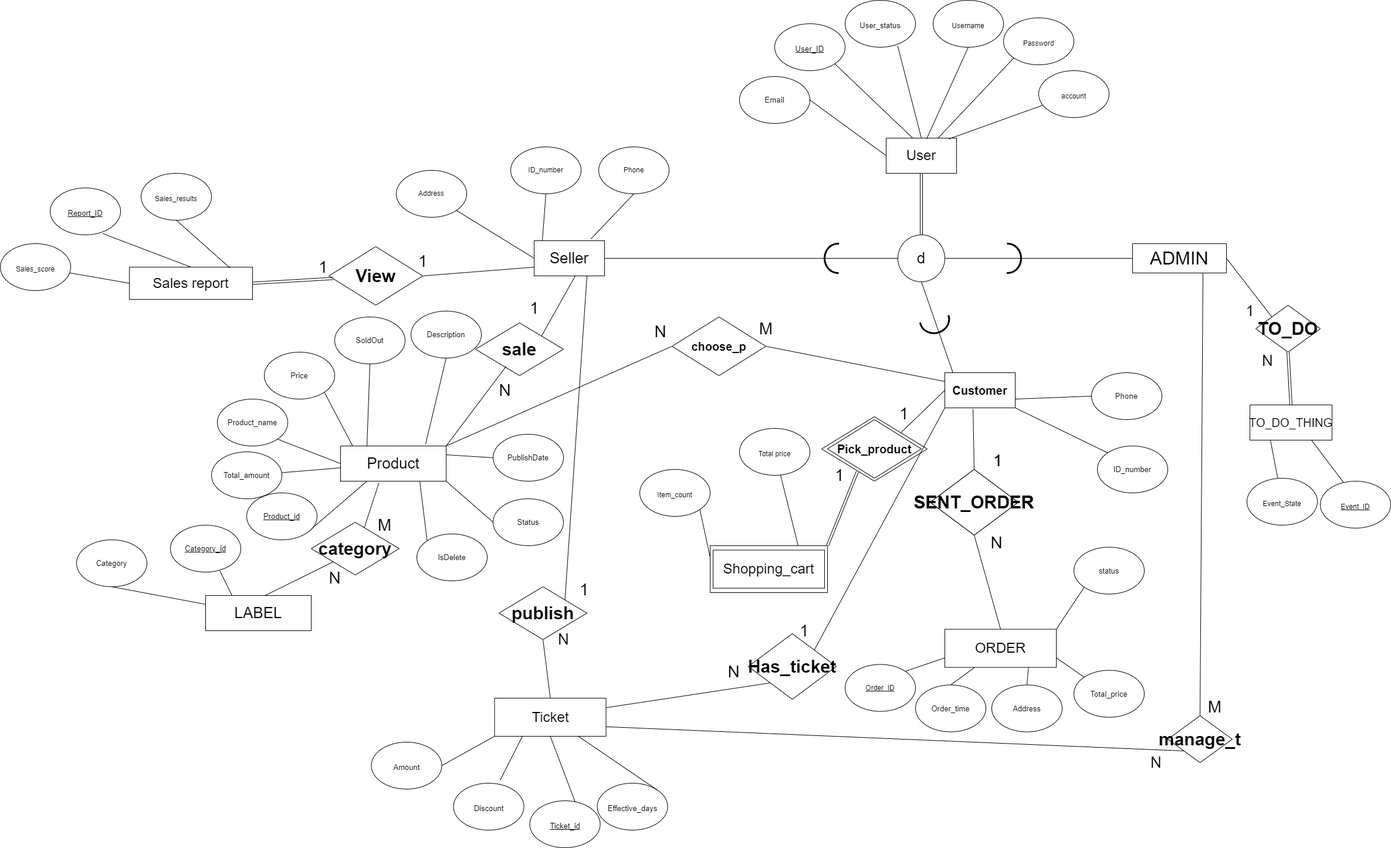
The draw.io diagram Report/ER_new.png in S1nceU/111-1-Database-System, before a commit. Source tidied: cells renumbered, new cells last; positions are measured from the earlier drawing's top-left corner, leaving out a move shared by most shapes.
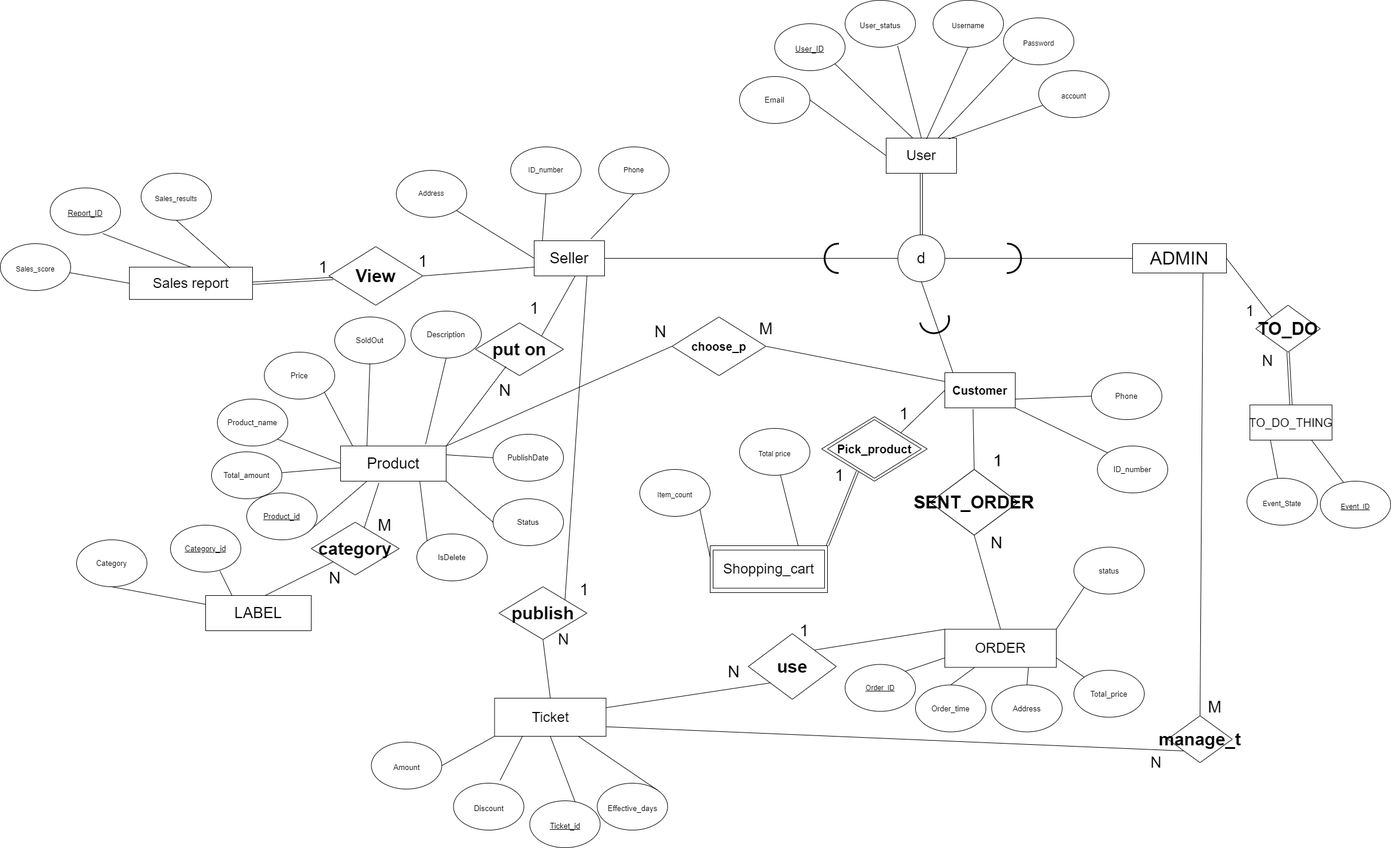
Above is the later version.

Diff of the diagram source:
```diff
@@ -284,7 +284,7 @@
     <mxCell id="93" value="&lt;font style=&quot;font-size: 28px;&quot;&gt;1&lt;/font&gt;" style="text;html=1;align=center;verticalAlign=middle;strokeColor=none;fillColor=none;" parent="1" vertex="1">
       <mxGeometry x="1410" y="785" width="40" height="50" as="geometry" />
     </mxCell>
-    <mxCell id="94" value="&lt;font style=&quot;font-size: 30px;&quot;&gt;&lt;b&gt;sale&lt;/b&gt;&lt;/font&gt;" style="rhombus;whiteSpace=wrap;html=1;" parent="1" vertex="1">
+    <mxCell id="94" value="&lt;font style=&quot;font-size: 30px;&quot;&gt;&lt;b&gt;put on&lt;/b&gt;&lt;/font&gt;" style="rhombus;whiteSpace=wrap;html=1;" parent="1" vertex="1">
       <mxGeometry x="810" y="550" width="150" height="90" as="geometry" />
     </mxCell>
     <mxCell id="95" style="endArrow=none;html=1;rounded=0;fontSize=12;exitX=1;exitY=0;exitDx=0;exitDy=0;entryX=0.347;entryY=0.826;entryDx=0;entryDy=0;entryPerimeter=0;" parent="1" edge="1" source="62" target="94">
@@ -319,10 +319,10 @@
     <mxCell id="104" style="endArrow=none;html=1;rounded=0;fontSize=20;exitX=1;exitY=0.25;exitDx=0;exitDy=0;entryX=0;entryY=1;entryDx=0;entryDy=0;" parent="1" edge="1" source="80" target="105">
       <mxGeometry relative="1" as="geometry" />
     </mxCell>
-    <mxCell id="105" value="&lt;b&gt;&lt;font style=&quot;font-size: 30px;&quot;&gt;Has_ticket&lt;/font&gt;&lt;/b&gt;" style="rhombus;whiteSpace=wrap;html=1;fontSize=20;" parent="1" vertex="1">
+    <mxCell id="105" value="&lt;b&gt;&lt;font style=&quot;font-size: 30px;&quot;&gt;use&lt;/font&gt;&lt;/b&gt;" style="rhombus;whiteSpace=wrap;html=1;fontSize=20;" parent="1" vertex="1">
       <mxGeometry x="1275" y="1080" width="150" height="112" as="geometry" />
     </mxCell>
-    <mxCell id="106" style="endArrow=none;html=1;rounded=0;fontSize=20;exitX=1;exitY=0;exitDx=0;exitDy=0;entryX=0;entryY=1;entryDx=0;entryDy=0;" parent="1" edge="1" source="105" target="11">
+    <mxCell id="106" style="endArrow=none;html=1;rounded=0;fontSize=20;exitX=1;exitY=0;exitDx=0;exitDy=0;entryX=0;entryY=0;entryDx=0;entryDy=0;" parent="1" edge="1" source="105" target="135">
       <mxGeometry relative="1" as="geometry" />
     </mxCell>
     <mxCell id="107" value="&lt;font style=&quot;font-size: 28px;&quot;&gt;1&lt;/font&gt;" style="text;html=1;align=center;verticalAlign=middle;strokeColor=none;fillColor=none;" parent="1" vertex="1">
```
